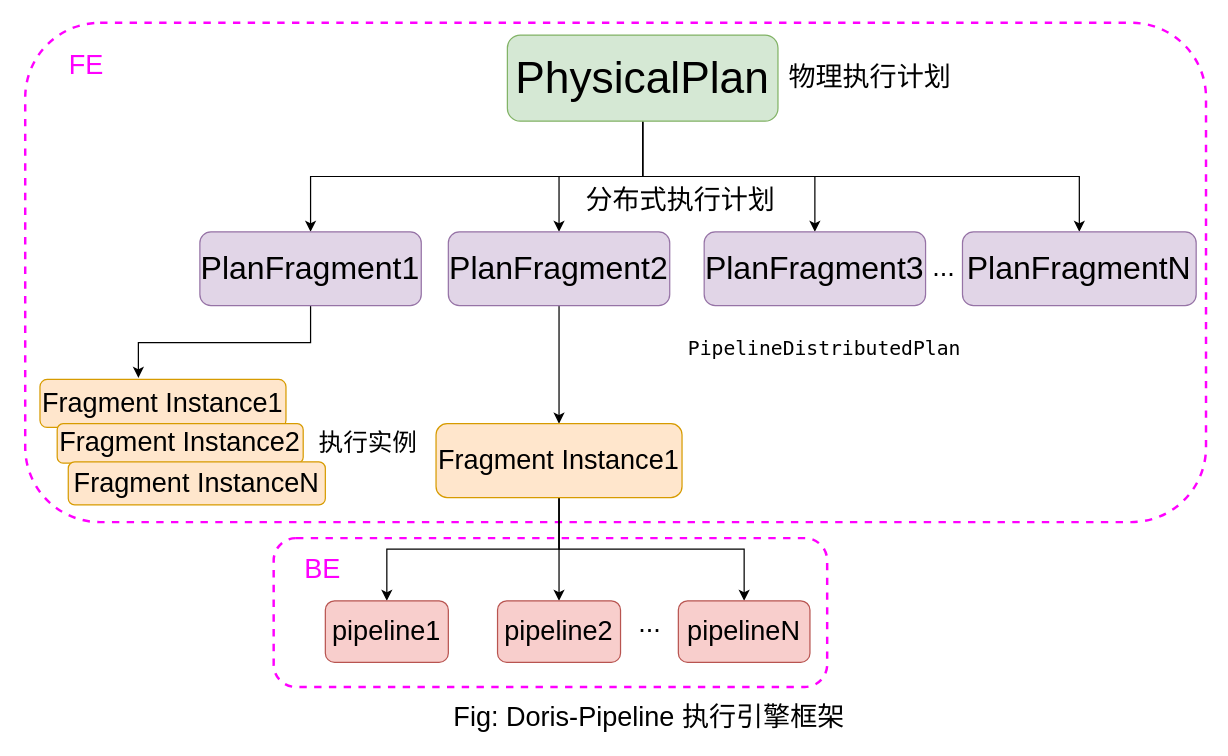
Before: page "pipeline-framework" (5 of 8) of db/doris/query-execution.drawio in zhangm365/draw_pics, a draw.io diagram. Source tidied: cells renumbered, new cells numbered last; positions are measured from the earlier drawing's top-left corner, leaving out a move shared by most shapes. Both pictures are drawn from the tidied source at 123%, with x=0, y=0 at pixel (25, 22).
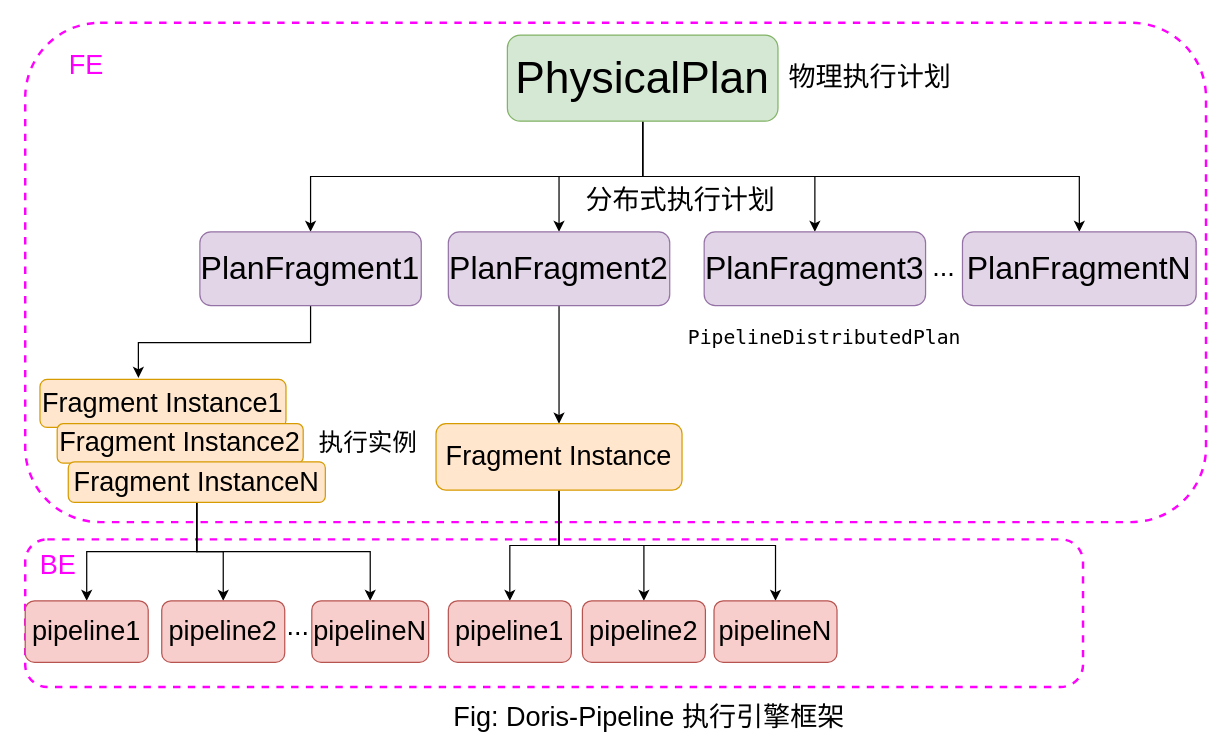
After the change.

What changed in the source:
```diff
@@
     <mxCell id="3" style="rounded=1;whiteSpace=wrap;html=1;fillColor=none;dashed=1;strokeColor=#FF00FF;strokeWidth=2;" parent="1" vertex="1">
-      <mxGeometry x="202" y="419" width="450" height="121" as="geometry" />
+      <mxGeometry y="420" width="860" height="120" as="geometry" />
     </mxCell>
@@
+    <mxCell id="34" style="edgeStyle=orthogonalEdgeStyle;rounded=0;jettySize=auto;html=1;" parent="1" edge="1" source="19" target="39">
+      <mxGeometry relative="1" as="geometry" />
+    </mxCell>
+    <mxCell id="35" style="edgeStyle=orthogonalEdgeStyle;rounded=0;jettySize=auto;html=1;exitX=0.5;exitY=1;exitDx=0;exitDy=0;" parent="1" edge="1" source="19" target="38">
+      <mxGeometry relative="1" as="geometry" />
+    </mxCell>
+    <mxCell id="36" style="edgeStyle=orthogonalEdgeStyle;rounded=0;jettySize=auto;html=1;entryX=0.5;entryY=0;entryDx=0;entryDy=0;" parent="1" edge="1" source="19" target="37">
+      <mxGeometry relative="1" as="geometry" />
+    </mxCell>
     <mxCell id="19" value="&lt;font style=&quot;font-size: 22px;&quot;&gt;Fragment InstanceN&lt;/font&gt;" style="rounded=1;whiteSpace=wrap;html=1;fillColor=#ffe6cc;strokeColor=#d79b00;" parent="1" vertex="1">
-      <mxGeometry x="35" y="357" width="209" height="35" as="geometry" />
+      <mxGeometry x="35" y="357" width="209" height="33" as="geometry" />
     </mxCell>
@@
-    <mxCell id="23" value="&lt;font style=&quot;font-size: 22px;&quot;&gt;Fragment Instance1&lt;/font&gt;" style="rounded=1;whiteSpace=wrap;html=1;fillColor=#ffe6cc;strokeColor=#d79b00;" parent="1" vertex="1">
-      <mxGeometry x="334" y="326" width="200" height="60" as="geometry" />
+    <mxCell id="23" value="&lt;font style=&quot;font-size: 22px;&quot;&gt;Fragment Instance&lt;/font&gt;" style="rounded=1;whiteSpace=wrap;html=1;fillColor=#ffe6cc;strokeColor=#d79b00;" parent="1" vertex="1">
+      <mxGeometry x="334" y="326" width="200" height="54" as="geometry" />
     </mxCell>
     <mxCell id="24" value="&lt;font style=&quot;font-size: 22px;&quot;&gt;pipelineN&lt;/font&gt;" style="rounded=1;whiteSpace=wrap;html=1;fillColor=#f8cecc;strokeColor=#b85450;" parent="1" vertex="1">
-      <mxGeometry x="531" y="470" width="107" height="50" as="geometry" />
+      <mxGeometry x="560" y="470" width="100" height="50" as="geometry" />
     </mxCell>
@@
     <mxCell id="26" value="&lt;font style=&quot;font-size: 22px;&quot;&gt;pipeline1&lt;/font&gt;" style="rounded=1;whiteSpace=wrap;html=1;fillColor=#f8cecc;strokeColor=#b85450;" parent="1" vertex="1">
-      <mxGeometry x="244" y="470" width="100" height="50" as="geometry" />
+      <mxGeometry x="344" y="470" width="100" height="50" as="geometry" />
     </mxCell>
@@
     <mxCell id="28" value="&lt;font style=&quot;font-size: 22px;&quot;&gt;...&lt;/font&gt;" style="text;html=1;align=center;verticalAlign=middle;whiteSpace=wrap;rounded=0;" parent="1" vertex="1">
-      <mxGeometry x="478" y="474" width="60" height="30" as="geometry" />
+      <mxGeometry x="192" y="479" width="60" height="24" as="geometry" />
     </mxCell>
@@
     <mxCell id="30" value="&lt;font style=&quot;font-size: 22px;&quot;&gt;pipeline2&lt;/font&gt;" style="rounded=1;whiteSpace=wrap;html=1;fillColor=#f8cecc;strokeColor=#b85450;" parent="1" vertex="1">
-      <mxGeometry x="384" y="470" width="100" height="50" as="geometry" />
+      <mxGeometry x="453" y="470" width="100" height="50" as="geometry" />
     </mxCell>
     <mxCell id="31" value="&lt;font style=&quot;font-size: 22px; color: rgb(255, 0, 255);&quot;&gt;BE&lt;/font&gt;" style="text;html=1;align=center;verticalAlign=middle;whiteSpace=wrap;rounded=0;" parent="1" vertex="1">
-      <mxGeometry x="212" y="430" width="60" height="30" as="geometry" />
+      <mxGeometry x="-3" y="427" width="60" height="30" as="geometry" />
     </mxCell>
@@
     <mxCell id="33" value="&lt;div style=&quot;font-family: Menlo, Monaco, &amp;quot;Courier New&amp;quot;, monospace; font-size: 16px; line-height: 24px; white-space: pre;&quot;&gt;&lt;span&gt;&lt;font style=&quot;color: rgb(0, 0, 0);&quot;&gt;PipelineDistributedPlan&lt;/font&gt;&lt;/span&gt;&lt;/div&gt;" style="text;html=1;align=center;verticalAlign=middle;whiteSpace=wrap;rounded=0;" parent="1" vertex="1">
-      <mxGeometry x="620" y="250" width="60" height="30" as="geometry" />
+      <mxGeometry x="620" y="241" width="60" height="30" as="geometry" />
     </mxCell>
+    <mxCell id="37" value="&lt;font style=&quot;font-size: 22px;&quot;&gt;pipelineN&lt;/font&gt;" style="rounded=1;whiteSpace=wrap;html=1;fillColor=#f8cecc;strokeColor=#b85450;" parent="1" vertex="1">
+      <mxGeometry x="233" y="470" width="95" height="50" as="geometry" />
+    </mxCell>
+    <mxCell id="38" value="&lt;font style=&quot;font-size: 22px;&quot;&gt;pipeline1&lt;/font&gt;" style="rounded=1;whiteSpace=wrap;html=1;fillColor=#f8cecc;strokeColor=#b85450;" parent="1" vertex="1">
+      <mxGeometry y="470" width="100" height="50" as="geometry" />
+    </mxCell>
+    <mxCell id="39" value="&lt;font style=&quot;font-size: 22px;&quot;&gt;pipeline2&lt;/font&gt;" style="rounded=1;whiteSpace=wrap;html=1;fillColor=#f8cecc;strokeColor=#b85450;" parent="1" vertex="1">
+      <mxGeometry x="111" y="470" width="100" height="50" as="geometry" />
+    </mxCell>
```
